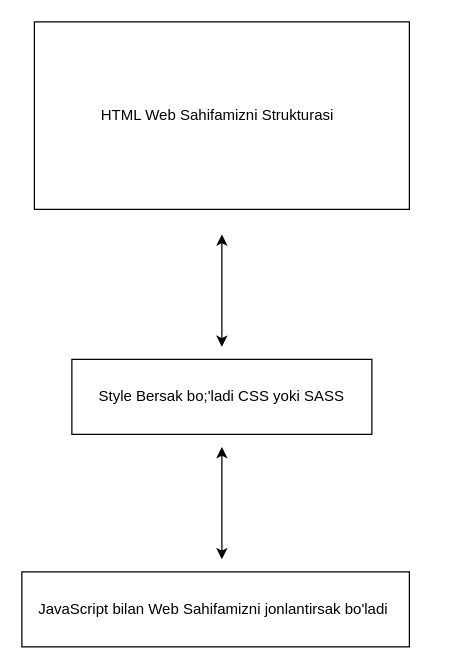
Earlier version of the draw.io diagram Untitled Diagram.drawio (Firdavs-owafr/TODO-LIST). Source tidied: cells renumbered, new cells numbered last; positions are measured from the earlier drawing's top-left corner, leaving out a move shared by most shapes. Both pictures are drawn from the tidied source at 125%, with x=0, y=0 at pixel (21, 21).
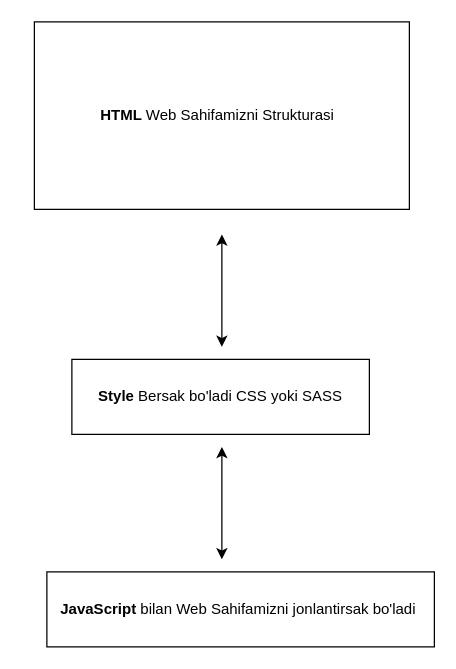
The same diagram, later.

Commit message:
Front-End

The edit, as a diff of the source:
```diff
@@
 <mxGraphModel>
   <root>
     <mxCell id="0" />
     <mxCell id="1" parent="0" />
-    <mxCell id="2" value="HTML Web Sahifamizni Strukturasi&amp;nbsp;&amp;nbsp;" style="rounded=0;whiteSpace=wrap;html=1;strokeColor=default;fillColor=none;" parent="1" vertex="1">
+    <mxCell id="2" value="&lt;b&gt;HTML &lt;/b&gt;Web Sahifamizni Strukturasi&amp;nbsp;&amp;nbsp;" style="rounded=0;whiteSpace=wrap;html=1;strokeColor=default;fillColor=none;" parent="1" vertex="1">
       <mxGeometry x="10" width="300" height="150" as="geometry" />
     </mxCell>
     <mxCell id="3" style="endArrow=classic;startArrow=classic;html=1;rounded=0;" parent="1" edge="1">
       <mxGeometry relative="1" as="geometry">
         <mxPoint x="160" y="260" as="sourcePoint" />
         <mxPoint x="160" y="170" as="targetPoint" />
       </mxGeometry>
     </mxCell>
-    <mxCell id="4" value="Style Bersak bo;'ladi CSS yoki SASS" style="rounded=0;whiteSpace=wrap;html=1;strokeColor=default;fillColor=none;" parent="1" vertex="1">
-      <mxGeometry x="40" y="270" width="240" height="60" as="geometry" />
+    <mxCell id="4" value="&lt;b&gt;Style &lt;/b&gt;Bersak bo'ladi CSS yoki SASS" style="rounded=0;whiteSpace=wrap;html=1;strokeColor=default;fillColor=none;" parent="1" vertex="1">
+      <mxGeometry x="40" y="270" width="238" height="60" as="geometry" />
     </mxCell>
     <mxCell id="5" style="endArrow=classic;startArrow=classic;html=1;rounded=0;" parent="1" edge="1">
       <mxGeometry relative="1" as="geometry">
         <mxPoint x="160" y="430" as="sourcePoint" />
         <mxPoint x="160" y="340" as="targetPoint" />
       </mxGeometry>
     </mxCell>
-    <mxCell id="6" value="JavaScript bilan Web Sahifamizni jonlantirsak bo'ladi&amp;nbsp;" style="rounded=0;whiteSpace=wrap;html=1;strokeColor=default;fillColor=none;shadow=0;" parent="1" vertex="1">
-      <mxGeometry y="440" width="310" height="60" as="geometry" />
+    <mxCell id="6" value="&lt;b&gt;JavaScript &lt;/b&gt;bilan Web Sahifamizni jonlantirsak bo'ladi&amp;nbsp;" style="rounded=0;whiteSpace=wrap;html=1;strokeColor=default;fillColor=none;shadow=0;" parent="1" vertex="1">
+      <mxGeometry x="20" y="440" width="310" height="60" as="geometry" />
     </mxCell>
   </root>
 </mxGraphModel>
```
